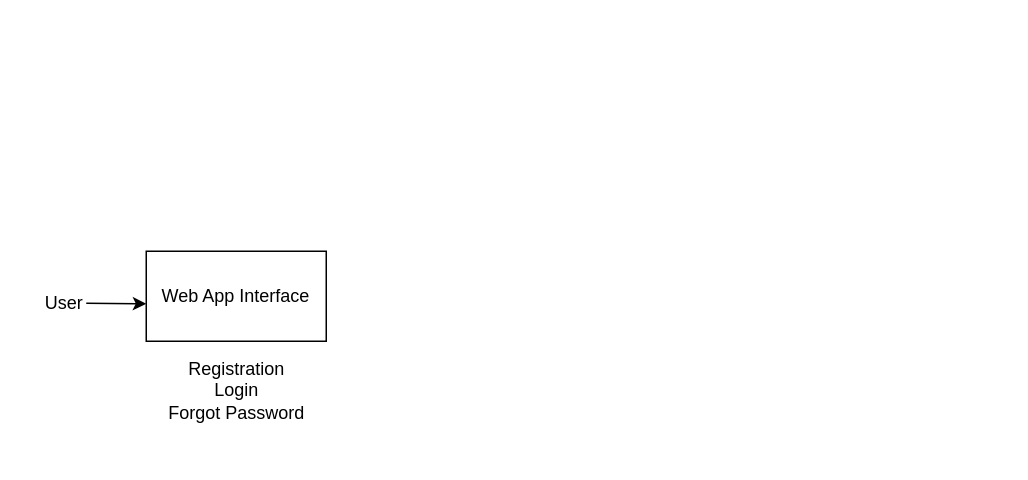
This is hld.drawio from codr-mayank/drawio-project, a draw.io file, before an edit. Source tidied: cells renumbered, new cells numbered last; positions are measured from the earlier drawing's top-left corner, leaving out a move shared by most shapes. Both pictures are drawn from the tidied source at 150%, with x=0, y=0 at pixel (26, 250).
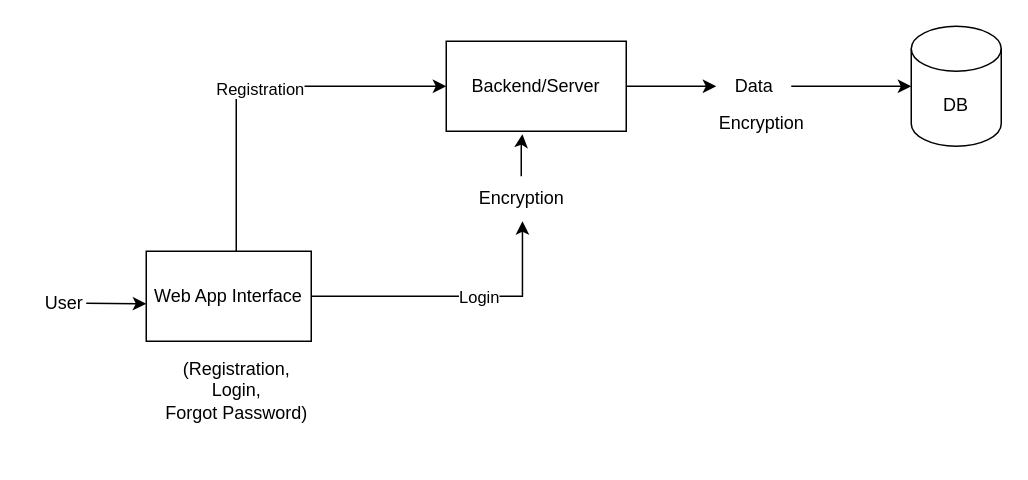
Above is the later version.

The edit, as a diff of the source:
```diff
@@
+    <mxCell id="6" style="edgeStyle=orthogonalEdgeStyle;rounded=0;jettySize=auto;html=1;entryX=0;entryY=0.5;entryDx=0;entryDy=0;" parent="1" edge="1" source="4" target="9">
+      <mxGeometry relative="1" as="geometry">
+        <Array as="points">
+          <mxPoint x="140" y="-110" />
+        </Array>
+      </mxGeometry>
+    </mxCell>
+    <mxCell id="7" value="Registration" style="edgeLabel;html=1;align=center;verticalAlign=middle;" parent="6" vertex="1">
+      <mxGeometry y="-1" relative="1" as="geometry" />
+    </mxCell>
     <mxCell id="4" value="&lt;div&gt;Web App Interface&lt;/div&gt;" style="rounded=0;whiteSpace=wrap;html=1;" parent="1" vertex="1">
-      <mxGeometry x="80" width="120" height="60" as="geometry" />
+      <mxGeometry x="80" width="110" height="60" as="geometry" />
     </mxCell>
-    <mxCell id="5" value="&lt;div&gt;Registration&lt;/div&gt;&lt;div&gt;Login&lt;/div&gt;&lt;div&gt;Forgot Password&lt;/div&gt;&lt;div&gt;&lt;br&gt;&lt;/div&gt;" style="text;html=1;align=center;verticalAlign=middle;strokeColor=none;fillColor=none;" parent="1" vertex="1">
-      <mxGeometry x="85" y="65" width="110" height="70" as="geometry" />
+    <mxCell id="5" value="&lt;div&gt;(Registration,&lt;/div&gt;&lt;div&gt;Login,&lt;/div&gt;&lt;div&gt;Forgot Password)&lt;/div&gt;&lt;div&gt;&lt;br&gt;&lt;/div&gt;" style="text;html=1;align=center;verticalAlign=middle;strokeColor=none;fillColor=none;" parent="1" vertex="1">
+      <mxGeometry x="80" y="65" width="120" height="70" as="geometry" />
     </mxCell>
+    <mxCell id="8" style="edgeStyle=orthogonalEdgeStyle;rounded=0;jettySize=auto;html=1;" parent="1" edge="1" source="16" target="10">
+      <mxGeometry relative="1" as="geometry" />
+    </mxCell>
+    <mxCell id="9" value="&lt;div&gt;Backend/Server&lt;/div&gt;" style="rounded=0;whiteSpace=wrap;html=1;" parent="1" vertex="1">
+      <mxGeometry x="280" y="-140" width="120" height="60" as="geometry" />
+    </mxCell>
+    <mxCell id="10" value="&lt;div&gt;DB&lt;/div&gt;" style="shape=cylinder3;whiteSpace=wrap;html=1;boundedLbl=1;backgroundOutline=1;size=15;" parent="1" vertex="1">
+      <mxGeometry x="590" y="-150" width="60" height="80" as="geometry" />
+    </mxCell>
+    <mxCell id="11" style="edgeStyle=orthogonalEdgeStyle;rounded=0;jettySize=auto;html=1;entryX=0.51;entryY=1;entryDx=0;entryDy=0;entryPerimeter=0;" parent="1" edge="1" source="4" target="14">
+      <mxGeometry relative="1" as="geometry" />
+    </mxCell>
+    <mxCell id="12" value="Login" style="edgeLabel;html=1;align=center;verticalAlign=middle;" parent="11" vertex="1">
+      <mxGeometry x="0.45" y="2" relative="1" as="geometry">
+        <mxPoint x="-27" y="2" as="offset" />
+      </mxGeometry>
+    </mxCell>
+    <mxCell id="13" style="edgeStyle=orthogonalEdgeStyle;rounded=0;jettySize=auto;html=1;entryX=0.423;entryY=1.033;entryDx=0;entryDy=0;entryPerimeter=0;" parent="1" edge="1" source="14" target="9">
+      <mxGeometry relative="1" as="geometry" />
+    </mxCell>
+    <mxCell id="14" value="&lt;div&gt;Encryption&lt;/div&gt;" style="text;html=1;align=center;verticalAlign=middle;points=[];strokeColor=none;fillColor=none;" parent="1" vertex="1">
+      <mxGeometry x="290" y="-50" width="80" height="30" as="geometry" />
+    </mxCell>
+    <mxCell id="15" style="edgeStyle=orthogonalEdgeStyle;rounded=0;jettySize=auto;html=1;" parent="1" edge="1" source="9" target="16">
+      <mxGeometry relative="1" as="geometry" />
+    </mxCell>
+    <mxCell id="16" value="&lt;div&gt;Data&lt;/div&gt;" style="text;html=1;align=center;verticalAlign=middle;points=[];strokeColor=none;fillColor=none;" parent="1" vertex="1">
+      <mxGeometry x="460" y="-125" width="50" height="30" as="geometry" />
+    </mxCell>
+    <mxCell id="17" value="&lt;div&gt;Encryption&lt;/div&gt;" style="text;html=1;align=center;verticalAlign=middle;strokeColor=none;fillColor=none;" parent="1" vertex="1">
+      <mxGeometry x="450" y="-100" width="80" height="30" as="geometry" />
+    </mxCell>
```
